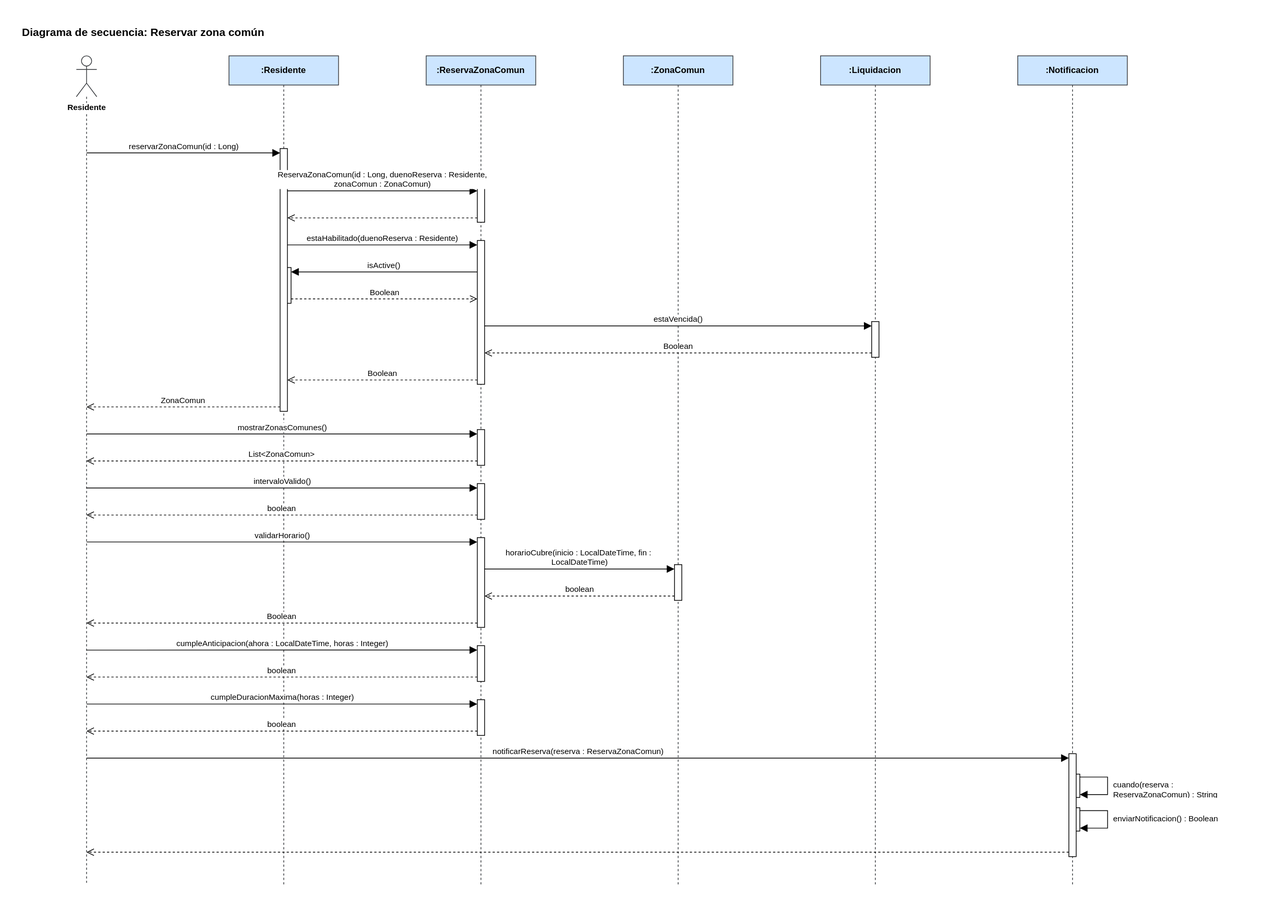
The draw.io diagram Diagramas/Secuencia/reservar-zona-comun.svg in manuel20051208/HorizontalSoftware-Back-End, before a commit. Source tidied: cells renumbered, new cells last; positions are measured from the earlier drawing's top-left corner, leaving out a move shared by most shapes.
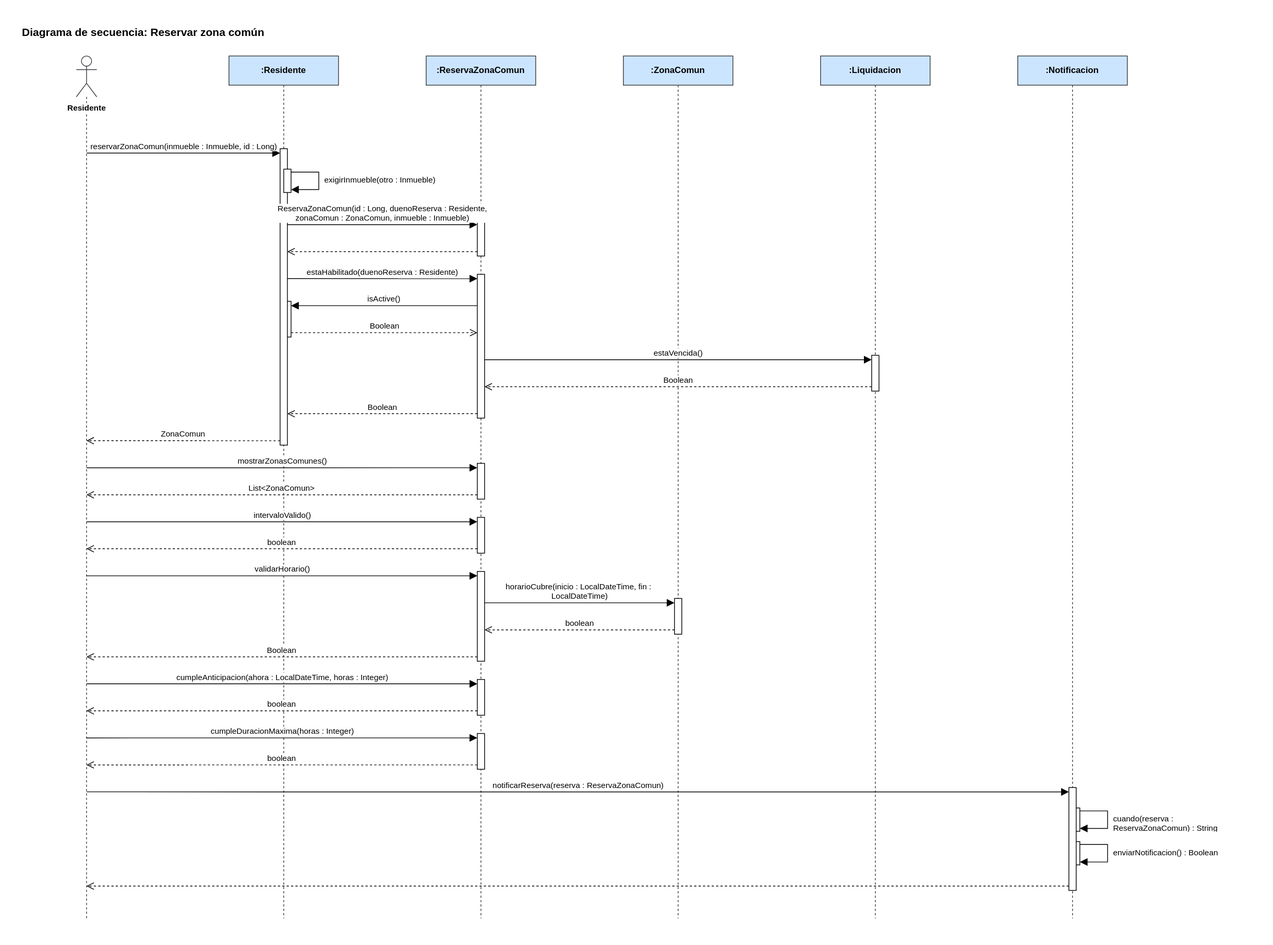
The same file after the commit.

Diff of the diagram source:
```diff
@@ -3,25 +3,25 @@
     <mxCell id="0" />
     <mxCell id="1" parent="0" />
     <mxCell id="2" value="&lt;b&gt;Diagrama de secuencia: Reservar zona común&lt;/b&gt;" style="text;html=1;align=left;verticalAlign=top;whiteSpace=wrap;fontSize=15;" parent="1" vertex="1">
-      <mxGeometry width="1674" height="26" as="geometry" />
+      <mxGeometry y="-46" width="1674" height="26" as="geometry" />
     </mxCell>
     <mxCell id="3" value="Residente" style="shape=umlLifeline;participant=umlActor;perimeter=lifelinePerimeter;whiteSpace=nowrap;html=1;outlineConnect=0;portConstraint=eastwest;size=56;verticalAlign=top;spacingTop=58;labelBackgroundColor=#ffffff;fontStyle=1;fontSize=11;fillColor=#ffffff;strokeColor=#36393d;" parent="1" vertex="1">
-      <mxGeometry x="76" y="48" width="28" height="1135" as="geometry" />
+      <mxGeometry x="76" y="2" width="28" height="1181" as="geometry" />
     </mxCell>
     <mxCell id="4" value=":Residente" style="shape=umlLifeline;perimeter=lifelinePerimeter;whiteSpace=wrap;html=1;fillColor=#cce5ff;strokeColor=#36393d;fontStyle=1;fontSize=12;" parent="1" vertex="1">
-      <mxGeometry x="285" y="48" width="150" height="1135" as="geometry" />
+      <mxGeometry x="285" y="2" width="150" height="1181" as="geometry" />
     </mxCell>
     <mxCell id="5" value=":ReservaZonaComun" style="shape=umlLifeline;perimeter=lifelinePerimeter;whiteSpace=wrap;html=1;fillColor=#cce5ff;strokeColor=#36393d;fontStyle=1;fontSize=12;" parent="1" vertex="1">
-      <mxGeometry x="555" y="48" width="150" height="1135" as="geometry" />
+      <mxGeometry x="555" y="2" width="150" height="1181" as="geometry" />
     </mxCell>
     <mxCell id="6" value=":ZonaComun" style="shape=umlLifeline;perimeter=lifelinePerimeter;whiteSpace=wrap;html=1;fillColor=#cce5ff;strokeColor=#36393d;fontStyle=1;fontSize=12;" parent="1" vertex="1">
-      <mxGeometry x="825" y="48" width="150" height="1135" as="geometry" />
+      <mxGeometry x="825" y="2" width="150" height="1181" as="geometry" />
     </mxCell>
     <mxCell id="7" value=":Liquidacion" style="shape=umlLifeline;perimeter=lifelinePerimeter;whiteSpace=wrap;html=1;fillColor=#cce5ff;strokeColor=#36393d;fontStyle=1;fontSize=12;" parent="1" vertex="1">
-      <mxGeometry x="1095" y="48" width="150" height="1135" as="geometry" />
+      <mxGeometry x="1095" y="2" width="150" height="1181" as="geometry" />
     </mxCell>
     <mxCell id="8" value=":Notificacion" style="shape=umlLifeline;perimeter=lifelinePerimeter;whiteSpace=wrap;html=1;fillColor=#cce5ff;strokeColor=#36393d;fontStyle=1;fontSize=12;" parent="1" vertex="1">
-      <mxGeometry x="1365" y="48" width="150" height="1135" as="geometry" />
+      <mxGeometry x="1365" y="2" width="150" height="1181" as="geometry" />
     </mxCell>
     <mxCell id="9" style="html=1;points=[];perimeter=orthogonalPerimeter;fillColor=#ffffff;strokeColor=#000000;" parent="1" vertex="1">
       <mxGeometry x="625" y="227" width="10" height="49" as="geometry" />
@@ -36,7 +36,7 @@
       <mxGeometry x="625" y="301" width="10" height="197" as="geometry" />
     </mxCell>
     <mxCell id="13" style="html=1;points=[];perimeter=orthogonalPerimeter;fillColor=#ffffff;strokeColor=#000000;" parent="1" vertex="1">
-      <mxGeometry x="355" y="175" width="10" height="360" as="geometry" />
+      <mxGeometry x="355" y="129" width="10" height="406" as="geometry" />
     </mxCell>
     <mxCell id="14" style="html=1;points=[];perimeter=orthogonalPerimeter;fillColor=#ffffff;strokeColor=#000000;" parent="1" vertex="1">
       <mxGeometry x="625" y="560" width="10" height="49" as="geometry" />
@@ -65,16 +65,16 @@
     <mxCell id="22" style="html=1;points=[];perimeter=orthogonalPerimeter;fillColor=#ffffff;strokeColor=#000000;" parent="1" vertex="1">
       <mxGeometry x="1435" y="1004" width="10" height="141" as="geometry" />
     </mxCell>
-    <mxCell id="23" value="reservarZonaComun(id : Long)" style="html=1;verticalAlign=bottom;rounded=0;fontSize=11;strokeColor=#000000;endArrow=block;endFill=1;endSize=8;exitX=0.5000;exitY=0.1172;exitDx=0;exitDy=0;exitPerimeter=0;entryX=0.0000;entryY=0.0167;entryDx=0;entryDy=0;entryPerimeter=0;" parent="1" edge="1" source="3" target="13">
+    <mxCell id="23" value="reservarZonaComun(inmueble : Inmueble, id : Long)" style="html=1;verticalAlign=bottom;rounded=0;fontSize=11;strokeColor=#000000;endArrow=block;endFill=1;endSize=8;exitX=0.5000;exitY=0.1126;exitDx=0;exitDy=0;exitPerimeter=0;entryX=0.0000;entryY=0.0148;entryDx=0;entryDy=0;entryPerimeter=0;" parent="1" edge="1" source="3" target="13">
       <mxGeometry relative="1" as="geometry" />
     </mxCell>
-    <mxCell id="24" value="ReservaZonaComun(id : Long, duenoReserva : Residente,&lt;br&gt;zonaComun : ZonaComun)" style="html=1;verticalAlign=bottom;rounded=0;fontSize=11;strokeColor=#000000;endArrow=block;endFill=1;endSize=8;exitX=1.0000;exitY=0.1611;exitDx=0;exitDy=0;exitPerimeter=0;entryX=0.0000;entryY=0.1224;entryDx=0;entryDy=0;entryPerimeter=0;" parent="1" edge="1" source="13" target="9">
+    <mxCell id="24" value="ReservaZonaComun(id : Long, duenoReserva : Residente,&lt;br&gt;zonaComun : ZonaComun, inmueble : Inmueble)" style="html=1;verticalAlign=bottom;rounded=0;fontSize=11;strokeColor=#000000;endArrow=block;endFill=1;endSize=8;exitX=1.0000;exitY=0.2562;exitDx=0;exitDy=0;exitPerimeter=0;entryX=0.0000;entryY=0.1224;entryDx=0;entryDy=0;entryPerimeter=0;" parent="1" edge="1" source="13" target="9">
       <mxGeometry relative="1" as="geometry" />
     </mxCell>
-    <mxCell id="25" style="html=1;verticalAlign=bottom;rounded=0;fontSize=11;strokeColor=#000000;dashed=1;endArrow=open;endFill=0;endSize=8;exitX=0.0000;exitY=0.8776;exitDx=0;exitDy=0;exitPerimeter=0;entryX=1.0000;entryY=0.2639;entryDx=0;entryDy=0;entryPerimeter=0;" parent="1" edge="1" source="9" target="13">
+    <mxCell id="25" style="html=1;verticalAlign=bottom;rounded=0;fontSize=11;strokeColor=#000000;dashed=1;endArrow=open;endFill=0;endSize=8;exitX=0.0000;exitY=0.8776;exitDx=0;exitDy=0;exitPerimeter=0;entryX=1.0000;entryY=0.3473;entryDx=0;entryDy=0;entryPerimeter=0;" parent="1" edge="1" source="9" target="13">
       <mxGeometry relative="1" as="geometry" />
     </mxCell>
-    <mxCell id="26" value="estaHabilitado(duenoReserva : Residente)" style="html=1;verticalAlign=bottom;rounded=0;fontSize=11;strokeColor=#000000;endArrow=block;endFill=1;endSize=8;exitX=1.0000;exitY=0.3667;exitDx=0;exitDy=0;exitPerimeter=0;entryX=0.0000;entryY=0.0305;entryDx=0;entryDy=0;entryPerimeter=0;" parent="1" edge="1" source="13" target="12">
+    <mxCell id="26" value="estaHabilitado(duenoReserva : Residente)" style="html=1;verticalAlign=bottom;rounded=0;fontSize=11;strokeColor=#000000;endArrow=block;endFill=1;endSize=8;exitX=1.0000;exitY=0.4384;exitDx=0;exitDy=0;exitPerimeter=0;entryX=0.0000;entryY=0.0305;entryDx=0;entryDy=0;entryPerimeter=0;" parent="1" edge="1" source="13" target="12">
       <mxGeometry relative="1" as="geometry" />
     </mxCell>
     <mxCell id="27" value="isActive()" style="html=1;verticalAlign=bottom;rounded=0;fontSize=11;strokeColor=#000000;endArrow=block;endFill=1;endSize=8;exitX=0.0000;exitY=0.2183;exitDx=0;exitDy=0;exitPerimeter=0;entryX=1.0000;entryY=0.1224;entryDx=0;entryDy=0;entryPerimeter=0;" parent="1" edge="1" source="12" target="10">
@@ -89,25 +89,25 @@
     <mxCell id="30" value="Boolean" style="html=1;verticalAlign=bottom;rounded=0;fontSize=11;strokeColor=#000000;dashed=1;endArrow=open;endFill=0;endSize=8;exitX=0.0000;exitY=0.8776;exitDx=0;exitDy=0;exitPerimeter=0;entryX=1.0000;entryY=0.7817;entryDx=0;entryDy=0;entryPerimeter=0;" parent="1" edge="1" source="11" target="12">
       <mxGeometry relative="1" as="geometry" />
     </mxCell>
-    <mxCell id="31" value="Boolean" style="html=1;verticalAlign=bottom;rounded=0;fontSize=11;strokeColor=#000000;dashed=1;endArrow=open;endFill=0;endSize=8;exitX=0.0000;exitY=0.9695;exitDx=0;exitDy=0;exitPerimeter=0;entryX=1.0000;entryY=0.8806;entryDx=0;entryDy=0;entryPerimeter=0;" parent="1" edge="1" source="12" target="13">
+    <mxCell id="31" value="Boolean" style="html=1;verticalAlign=bottom;rounded=0;fontSize=11;strokeColor=#000000;dashed=1;endArrow=open;endFill=0;endSize=8;exitX=0.0000;exitY=0.9695;exitDx=0;exitDy=0;exitPerimeter=0;entryX=1.0000;entryY=0.8941;entryDx=0;entryDy=0;entryPerimeter=0;" parent="1" edge="1" source="12" target="13">
       <mxGeometry relative="1" as="geometry" />
     </mxCell>
-    <mxCell id="32" value="ZonaComun" style="html=1;verticalAlign=bottom;rounded=0;fontSize=11;strokeColor=#000000;dashed=1;endArrow=open;endFill=0;endSize=8;exitX=0.0000;exitY=0.9833;exitDx=0;exitDy=0;exitPerimeter=0;entryX=0.5000;entryY=0.4238;entryDx=0;entryDy=0;entryPerimeter=0;" parent="1" edge="1" source="13" target="3">
+    <mxCell id="32" value="ZonaComun" style="html=1;verticalAlign=bottom;rounded=0;fontSize=11;strokeColor=#000000;dashed=1;endArrow=open;endFill=0;endSize=8;exitX=0.0000;exitY=0.9852;exitDx=0;exitDy=0;exitPerimeter=0;entryX=0.5000;entryY=0.4462;entryDx=0;entryDy=0;entryPerimeter=0;" parent="1" edge="1" source="13" target="3">
       <mxGeometry relative="1" as="geometry" />
     </mxCell>
-    <mxCell id="33" value="mostrarZonasComunes()" style="html=1;verticalAlign=bottom;rounded=0;fontSize=11;strokeColor=#000000;endArrow=block;endFill=1;endSize=8;exitX=0.5000;exitY=0.4564;exitDx=0;exitDy=0;exitPerimeter=0;entryX=0.0000;entryY=0.1224;entryDx=0;entryDy=0;entryPerimeter=0;" parent="1" edge="1" source="3" target="14">
+    <mxCell id="33" value="mostrarZonasComunes()" style="html=1;verticalAlign=bottom;rounded=0;fontSize=11;strokeColor=#000000;endArrow=block;endFill=1;endSize=8;exitX=0.5000;exitY=0.4776;exitDx=0;exitDy=0;exitPerimeter=0;entryX=0.0000;entryY=0.1224;entryDx=0;entryDy=0;entryPerimeter=0;" parent="1" edge="1" source="3" target="14">
       <mxGeometry relative="1" as="geometry" />
     </mxCell>
-    <mxCell id="34" value="List&amp;lt;ZonaComun&amp;gt;" style="html=1;verticalAlign=bottom;rounded=0;fontSize=11;strokeColor=#000000;dashed=1;endArrow=open;endFill=0;endSize=8;exitX=0.0000;exitY=0.8776;exitDx=0;exitDy=0;exitPerimeter=0;entryX=0.5000;entryY=0.4890;entryDx=0;entryDy=0;entryPerimeter=0;" parent="1" edge="1" source="14" target="3">
+    <mxCell id="34" value="List&amp;lt;ZonaComun&amp;gt;" style="html=1;verticalAlign=bottom;rounded=0;fontSize=11;strokeColor=#000000;dashed=1;endArrow=open;endFill=0;endSize=8;exitX=0.0000;exitY=0.8776;exitDx=0;exitDy=0;exitPerimeter=0;entryX=0.5000;entryY=0.5089;entryDx=0;entryDy=0;entryPerimeter=0;" parent="1" edge="1" source="14" target="3">
       <mxGeometry relative="1" as="geometry" />
     </mxCell>
-    <mxCell id="35" value="intervaloValido()" style="html=1;verticalAlign=bottom;rounded=0;fontSize=11;strokeColor=#000000;endArrow=block;endFill=1;endSize=8;exitX=0.5000;exitY=0.5216;exitDx=0;exitDy=0;exitPerimeter=0;entryX=0.0000;entryY=0.1224;entryDx=0;entryDy=0;entryPerimeter=0;" parent="1" edge="1" source="3" target="15">
+    <mxCell id="35" value="intervaloValido()" style="html=1;verticalAlign=bottom;rounded=0;fontSize=11;strokeColor=#000000;endArrow=block;endFill=1;endSize=8;exitX=0.5000;exitY=0.5402;exitDx=0;exitDy=0;exitPerimeter=0;entryX=0.0000;entryY=0.1224;entryDx=0;entryDy=0;entryPerimeter=0;" parent="1" edge="1" source="3" target="15">
       <mxGeometry relative="1" as="geometry" />
     </mxCell>
-    <mxCell id="36" value="boolean" style="html=1;verticalAlign=bottom;rounded=0;fontSize=11;strokeColor=#000000;dashed=1;endArrow=open;endFill=0;endSize=8;exitX=0.0000;exitY=0.8776;exitDx=0;exitDy=0;exitPerimeter=0;entryX=0.5000;entryY=0.5542;entryDx=0;entryDy=0;entryPerimeter=0;" parent="1" edge="1" source="15" target="3">
+    <mxCell id="36" value="boolean" style="html=1;verticalAlign=bottom;rounded=0;fontSize=11;strokeColor=#000000;dashed=1;endArrow=open;endFill=0;endSize=8;exitX=0.0000;exitY=0.8776;exitDx=0;exitDy=0;exitPerimeter=0;entryX=0.5000;entryY=0.5715;entryDx=0;entryDy=0;entryPerimeter=0;" parent="1" edge="1" source="15" target="3">
       <mxGeometry relative="1" as="geometry" />
     </mxCell>
-    <mxCell id="37" value="validarHorario()" style="html=1;verticalAlign=bottom;rounded=0;fontSize=11;strokeColor=#000000;endArrow=block;endFill=1;endSize=8;exitX=0.5000;exitY=0.5868;exitDx=0;exitDy=0;exitPerimeter=0;entryX=0.0000;entryY=0.0488;entryDx=0;entryDy=0;entryPerimeter=0;" parent="1" edge="1" source="3" target="17">
+    <mxCell id="37" value="validarHorario()" style="html=1;verticalAlign=bottom;rounded=0;fontSize=11;strokeColor=#000000;endArrow=block;endFill=1;endSize=8;exitX=0.5000;exitY=0.6029;exitDx=0;exitDy=0;exitPerimeter=0;entryX=0.0000;entryY=0.0488;entryDx=0;entryDy=0;entryPerimeter=0;" parent="1" edge="1" source="3" target="17">
       <mxGeometry relative="1" as="geometry" />
     </mxCell>
     <mxCell id="38" value="horarioCubre(inicio : LocalDateTime, fin :&amp;nbsp;&lt;div&gt;LocalDateTime)&lt;/div&gt;" style="html=1;verticalAlign=bottom;rounded=0;fontSize=11;strokeColor=#000000;endArrow=block;endFill=1;endSize=8;exitX=1.0000;exitY=0.3496;exitDx=0;exitDy=0;exitPerimeter=0;entryX=0.0000;entryY=0.1224;entryDx=0;entryDy=0;entryPerimeter=0;" parent="1" edge="1" source="17" target="16">
@@ -116,22 +116,22 @@
     <mxCell id="39" value="boolean" style="html=1;verticalAlign=bottom;rounded=0;fontSize=11;strokeColor=#000000;dashed=1;endArrow=open;endFill=0;endSize=8;exitX=0.0000;exitY=0.8776;exitDx=0;exitDy=0;exitPerimeter=0;entryX=1.0000;entryY=0.6504;entryDx=0;entryDy=0;entryPerimeter=0;" parent="1" edge="1" source="16" target="17">
       <mxGeometry relative="1" as="geometry" />
     </mxCell>
-    <mxCell id="40" value="Boolean" style="html=1;verticalAlign=bottom;rounded=0;fontSize=11;strokeColor=#000000;dashed=1;endArrow=open;endFill=0;endSize=8;exitX=0.0000;exitY=0.9512;exitDx=0;exitDy=0;exitPerimeter=0;entryX=0.5000;entryY=0.6846;entryDx=0;entryDy=0;entryPerimeter=0;" parent="1" edge="1" source="17" target="3">
+    <mxCell id="40" value="Boolean" style="html=1;verticalAlign=bottom;rounded=0;fontSize=11;strokeColor=#000000;dashed=1;endArrow=open;endFill=0;endSize=8;exitX=0.0000;exitY=0.9512;exitDx=0;exitDy=0;exitPerimeter=0;entryX=0.5000;entryY=0.6969;entryDx=0;entryDy=0;entryPerimeter=0;" parent="1" edge="1" source="17" target="3">
       <mxGeometry relative="1" as="geometry" />
     </mxCell>
-    <mxCell id="41" value="cumpleAnticipacion(ahora : LocalDateTime, horas : Integer)" style="html=1;verticalAlign=bottom;rounded=0;fontSize=11;strokeColor=#000000;endArrow=block;endFill=1;endSize=8;exitX=0.5000;exitY=0.7172;exitDx=0;exitDy=0;exitPerimeter=0;entryX=0.0000;entryY=0.1224;entryDx=0;entryDy=0;entryPerimeter=0;" parent="1" edge="1" source="3" target="18">
+    <mxCell id="41" value="cumpleAnticipacion(ahora : LocalDateTime, horas : Integer)" style="html=1;verticalAlign=bottom;rounded=0;fontSize=11;strokeColor=#000000;endArrow=block;endFill=1;endSize=8;exitX=0.5000;exitY=0.7282;exitDx=0;exitDy=0;exitPerimeter=0;entryX=0.0000;entryY=0.1224;entryDx=0;entryDy=0;entryPerimeter=0;" parent="1" edge="1" source="3" target="18">
       <mxGeometry relative="1" as="geometry" />
     </mxCell>
-    <mxCell id="42" value="boolean" style="html=1;verticalAlign=bottom;rounded=0;fontSize=11;strokeColor=#000000;dashed=1;endArrow=open;endFill=0;endSize=8;exitX=0.0000;exitY=0.8776;exitDx=0;exitDy=0;exitPerimeter=0;entryX=0.5000;entryY=0.7498;entryDx=0;entryDy=0;entryPerimeter=0;" parent="1" edge="1" source="18" target="3">
+    <mxCell id="42" value="boolean" style="html=1;verticalAlign=bottom;rounded=0;fontSize=11;strokeColor=#000000;dashed=1;endArrow=open;endFill=0;endSize=8;exitX=0.0000;exitY=0.8776;exitDx=0;exitDy=0;exitPerimeter=0;entryX=0.5000;entryY=0.7595;entryDx=0;entryDy=0;entryPerimeter=0;" parent="1" edge="1" source="18" target="3">
       <mxGeometry relative="1" as="geometry" />
     </mxCell>
-    <mxCell id="43" value="cumpleDuracionMaxima(horas : Integer)" style="html=1;verticalAlign=bottom;rounded=0;fontSize=11;strokeColor=#000000;endArrow=block;endFill=1;endSize=8;exitX=0.5000;exitY=0.7824;exitDx=0;exitDy=0;exitPerimeter=0;entryX=0.0000;entryY=0.1224;entryDx=0;entryDy=0;entryPerimeter=0;" parent="1" edge="1" source="3" target="19">
+    <mxCell id="43" value="cumpleDuracionMaxima(horas : Integer)" style="html=1;verticalAlign=bottom;rounded=0;fontSize=11;strokeColor=#000000;endArrow=block;endFill=1;endSize=8;exitX=0.5000;exitY=0.7909;exitDx=0;exitDy=0;exitPerimeter=0;entryX=0.0000;entryY=0.1224;entryDx=0;entryDy=0;entryPerimeter=0;" parent="1" edge="1" source="3" target="19">
       <mxGeometry relative="1" as="geometry" />
     </mxCell>
-    <mxCell id="44" value="boolean" style="html=1;verticalAlign=bottom;rounded=0;fontSize=11;strokeColor=#000000;dashed=1;endArrow=open;endFill=0;endSize=8;exitX=0.0000;exitY=0.8776;exitDx=0;exitDy=0;exitPerimeter=0;entryX=0.5000;entryY=0.8150;entryDx=0;entryDy=0;entryPerimeter=0;" parent="1" edge="1" source="19" target="3">
+    <mxCell id="44" value="boolean" style="html=1;verticalAlign=bottom;rounded=0;fontSize=11;strokeColor=#000000;dashed=1;endArrow=open;endFill=0;endSize=8;exitX=0.0000;exitY=0.8776;exitDx=0;exitDy=0;exitPerimeter=0;entryX=0.5000;entryY=0.8222;entryDx=0;entryDy=0;entryPerimeter=0;" parent="1" edge="1" source="19" target="3">
       <mxGeometry relative="1" as="geometry" />
     </mxCell>
-    <mxCell id="45" value="notificarReserva(reserva : ReservaZonaComun)" style="html=1;verticalAlign=bottom;rounded=0;fontSize=11;strokeColor=#000000;endArrow=block;endFill=1;endSize=8;exitX=0.5000;exitY=0.8476;exitDx=0;exitDy=0;exitPerimeter=0;entryX=0.0000;entryY=0.0426;entryDx=0;entryDy=0;entryPerimeter=0;" parent="1" edge="1" source="3" target="22">
+    <mxCell id="45" value="notificarReserva(reserva : ReservaZonaComun)" style="html=1;verticalAlign=bottom;rounded=0;fontSize=11;strokeColor=#000000;endArrow=block;endFill=1;endSize=8;exitX=0.5000;exitY=0.8535;exitDx=0;exitDy=0;exitPerimeter=0;entryX=0.0000;entryY=0.0426;entryDx=0;entryDy=0;entryPerimeter=0;" parent="1" edge="1" source="3" target="22">
       <mxGeometry relative="1" as="geometry" />
     </mxCell>
     <mxCell id="46" style="html=1;rounded=0;endArrow=block;endFill=1;endSize=8;strokeColor=#000000;exitX=1.0000;exitY=0.1250;exitDx=0;exitDy=0;exitPerimeter=0;entryX=1.0000;entryY=0.8750;entryDx=0;entryDy=0;entryPerimeter=0;" parent="1" edge="1" source="20" target="20">
@@ -150,7 +150,7 @@
         </Array>
       </mxGeometry>
     </mxCell>
-    <mxCell id="48" style="html=1;verticalAlign=bottom;rounded=0;fontSize=11;strokeColor=#000000;dashed=1;endArrow=open;endFill=0;endSize=8;exitX=0.0000;exitY=0.9574;exitDx=0;exitDy=0;exitPerimeter=0;entryX=0.5000;entryY=0.9612;entryDx=0;entryDy=0;entryPerimeter=0;" parent="1" edge="1" source="22" target="3">
+    <mxCell id="48" style="html=1;verticalAlign=bottom;rounded=0;fontSize=11;strokeColor=#000000;dashed=1;endArrow=open;endFill=0;endSize=8;exitX=0.0000;exitY=0.9574;exitDx=0;exitDy=0;exitPerimeter=0;entryX=0.5000;entryY=0.9627;entryDx=0;entryDy=0;entryPerimeter=0;" parent="1" edge="1" source="22" target="3">
       <mxGeometry relative="1" as="geometry" />
     </mxCell>
     <mxCell id="49" value="cuando(reserva : ReservaZonaComun) : String" style="text;html=1;align=left;verticalAlign=top;whiteSpace=wrap;overflow=hidden;fontSize=11;" parent="1" vertex="1">
@@ -159,5 +159,19 @@
     <mxCell id="50" value="enviarNotificacion() : Boolean" style="text;html=1;align=left;verticalAlign=top;whiteSpace=wrap;overflow=hidden;fontSize=11;" parent="1" vertex="1">
       <mxGeometry x="1494" y="1080" width="185" height="28" as="geometry" />
     </mxCell>
+    <mxCell id="51" style="html=1;points=[];perimeter=orthogonalPerimeter;fillColor=#ffffff;strokeColor=#000000;" parent="1" vertex="1">
+      <mxGeometry x="360" y="157" width="10" height="32" as="geometry" />
+    </mxCell>
+    <mxCell id="52" style="html=1;rounded=0;endArrow=block;endFill=1;endSize=8;strokeColor=#000000;exitX=1.0000;exitY=0.1250;exitDx=0;exitDy=0;exitPerimeter=0;entryX=1.0000;entryY=0.8750;entryDx=0;entryDy=0;entryPerimeter=0;" parent="1" edge="1" source="51" target="51">
+      <mxGeometry relative="1" as="geometry">
+        <Array as="points">
+          <mxPoint x="408" y="161" />
+          <mxPoint x="408" y="185" />
+        </Array>
+      </mxGeometry>
+    </mxCell>
+    <mxCell id="53" value="exigirInmueble(otro : Inmueble)" style="text;html=1;align=left;verticalAlign=top;whiteSpace=wrap;overflow=hidden;fontSize=11;" parent="1" vertex="1">
+      <mxGeometry x="414" y="159" width="205" height="28" as="geometry" />
+    </mxCell>
   </root>
 </mxGraphModel>
```
